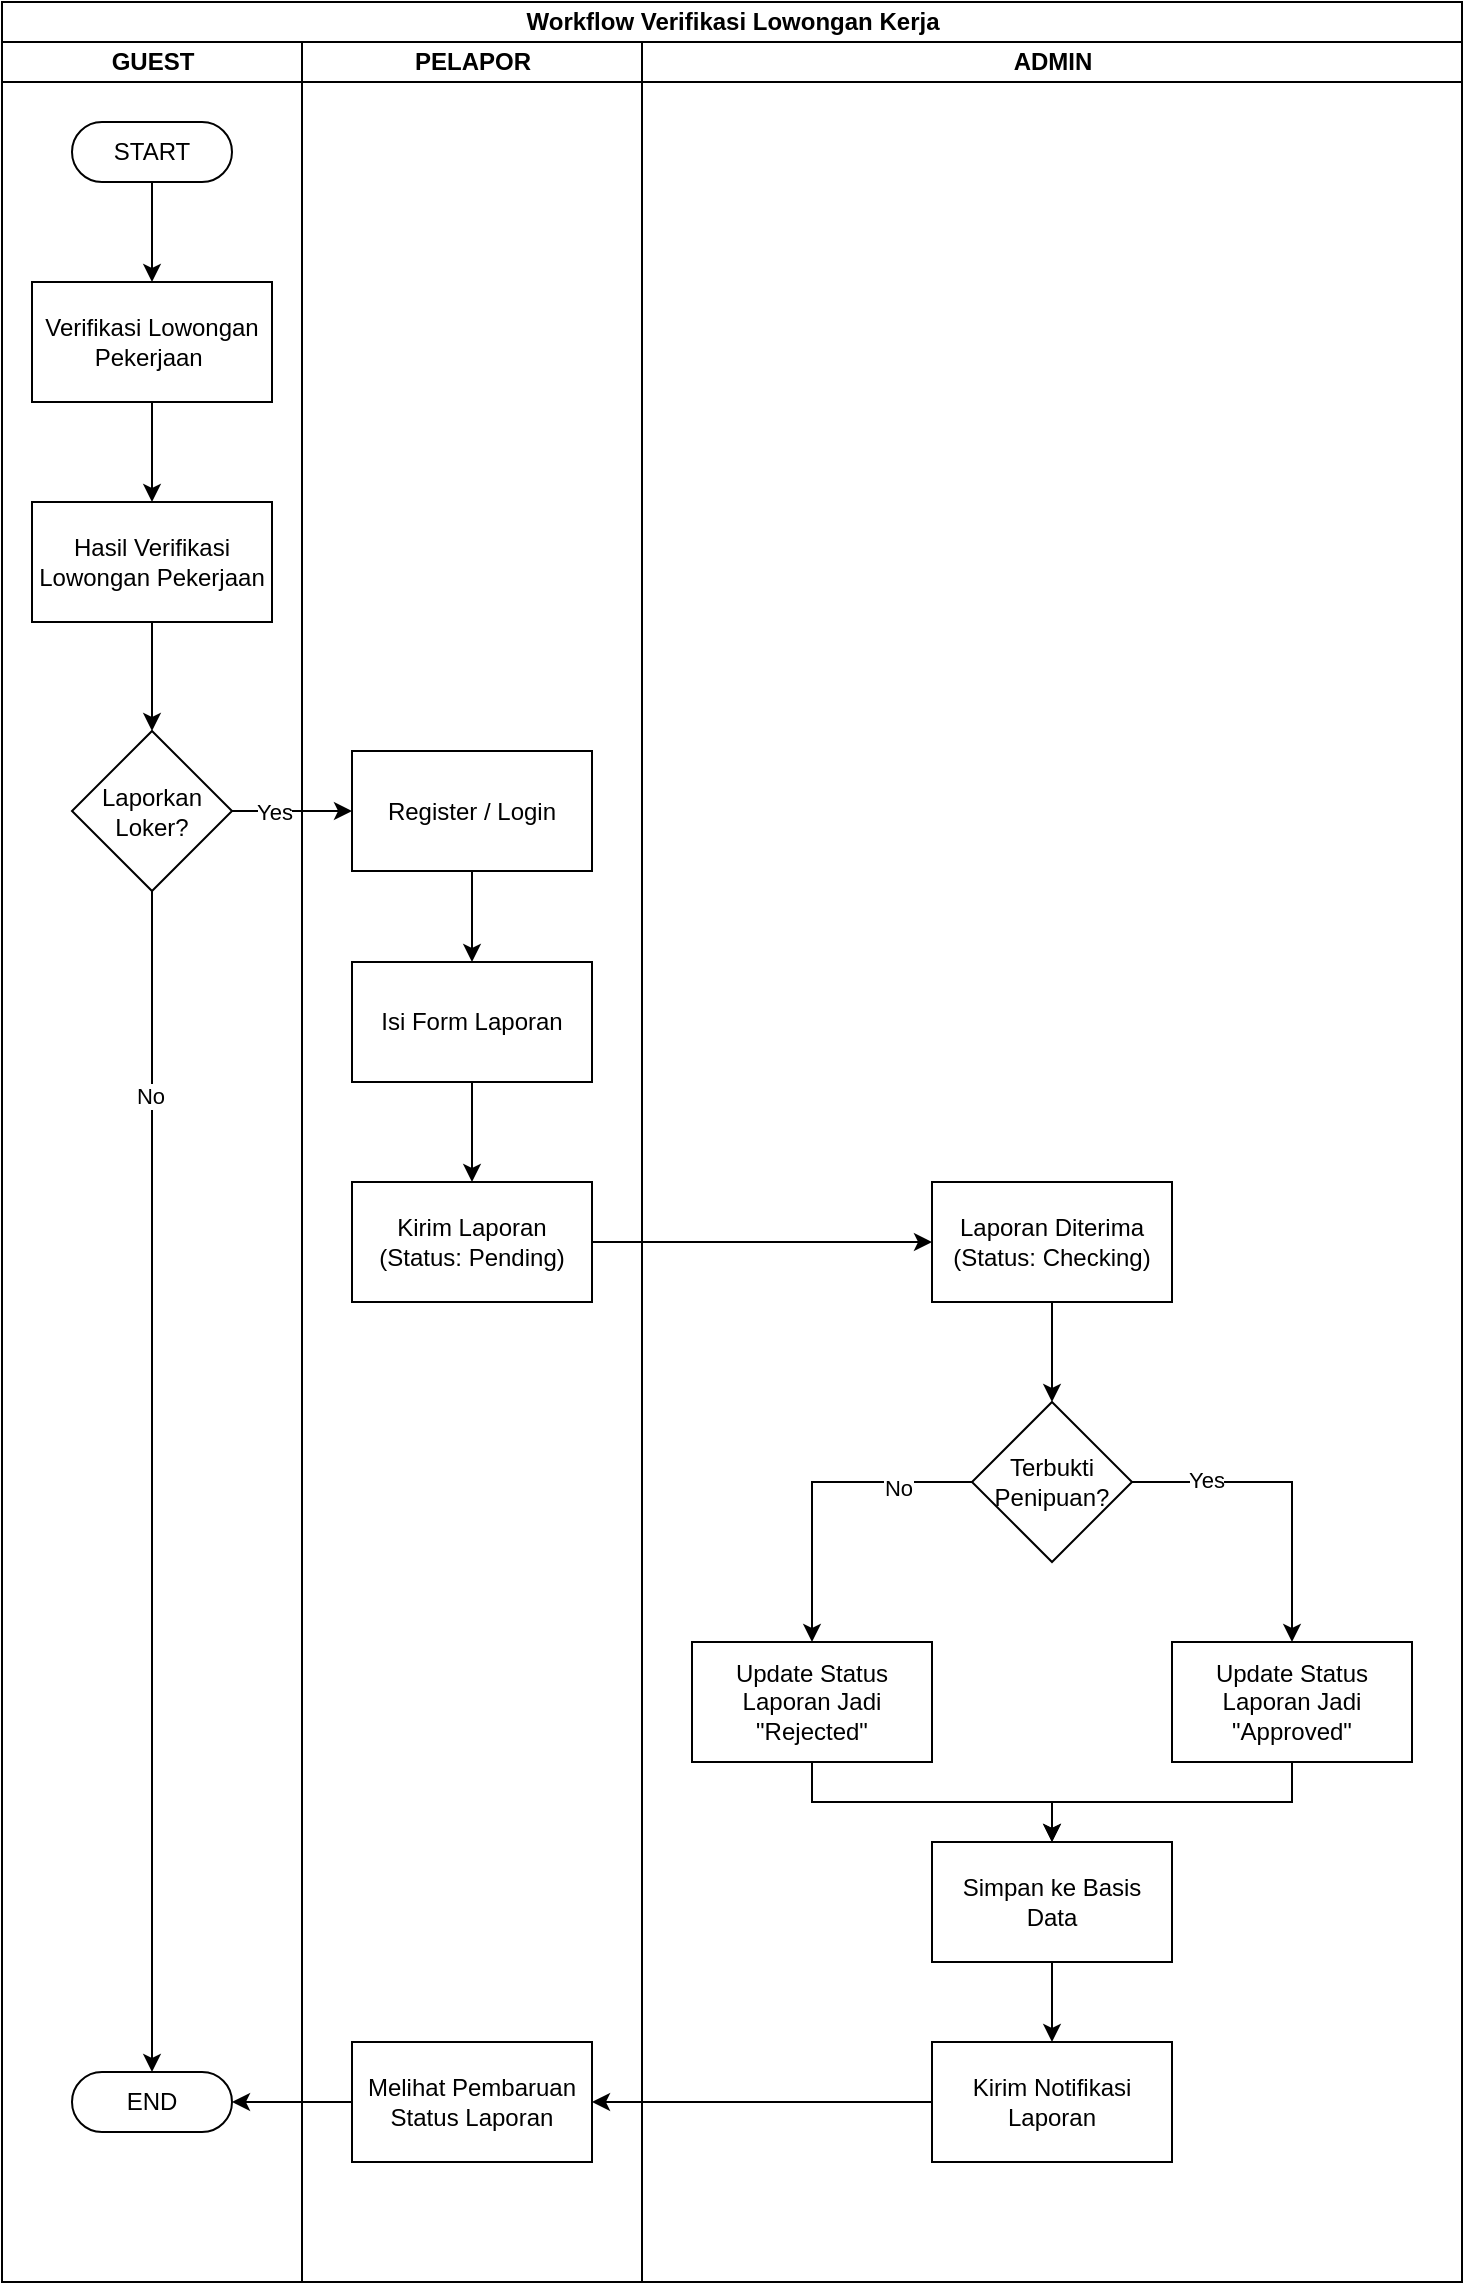
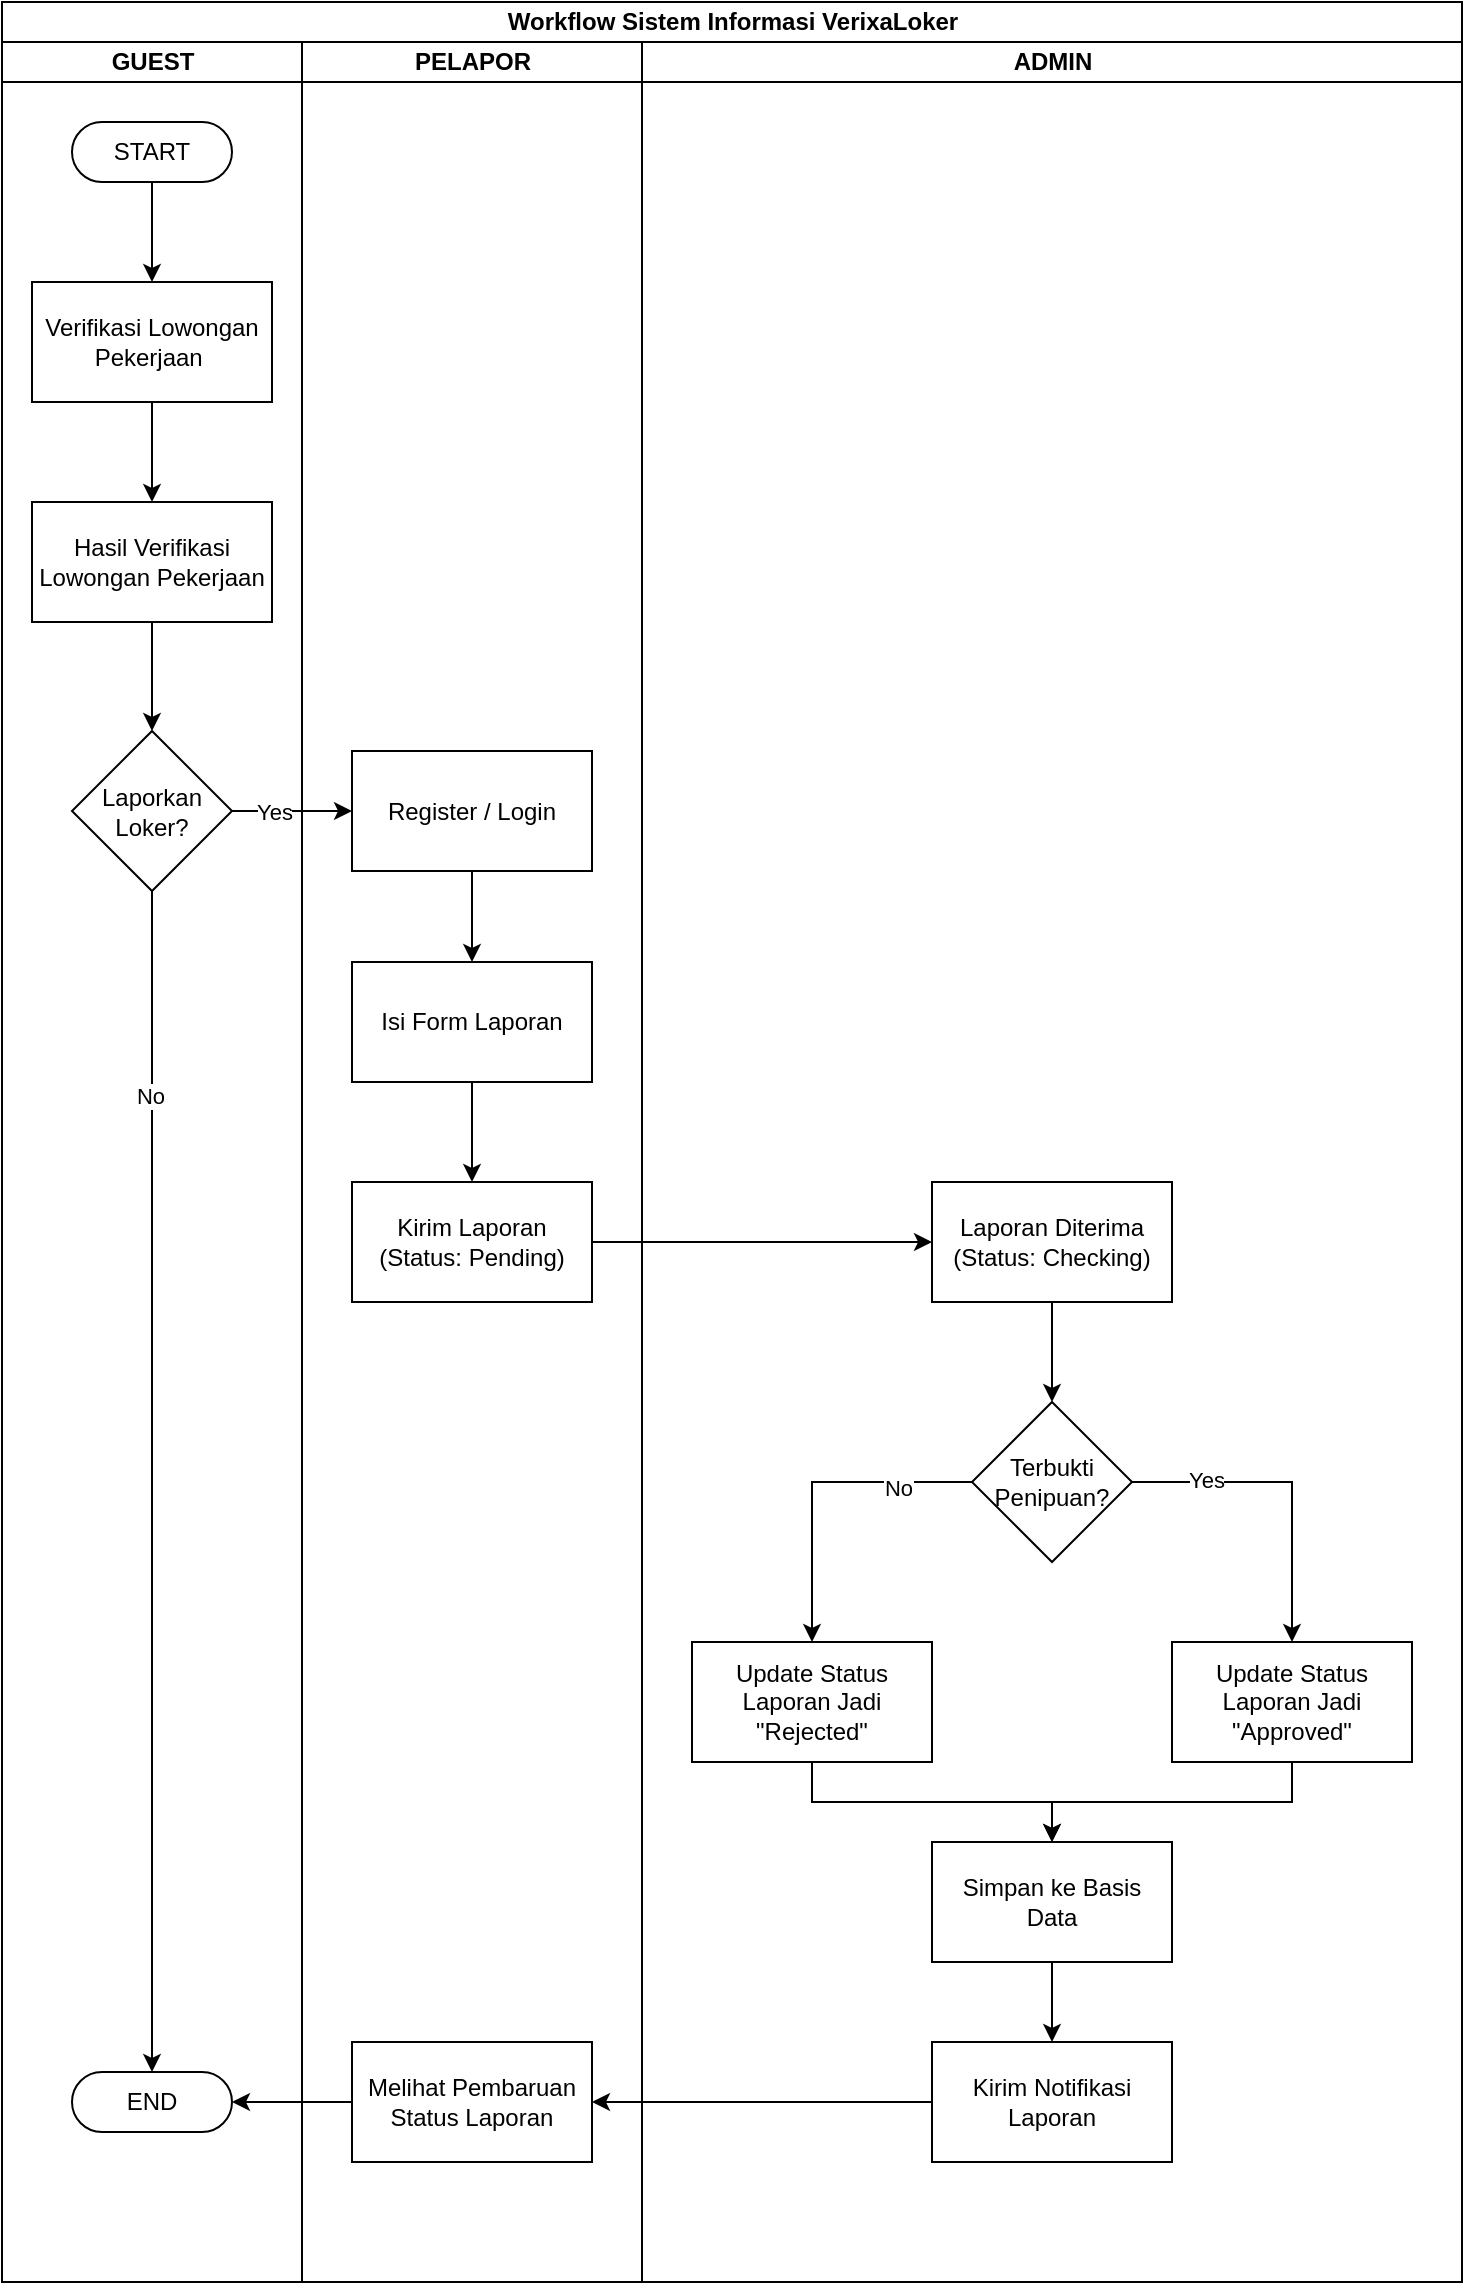
<mxfile host="app.diagrams.net">
  <diagram name="Page-1" id="AH_DpkCW8G2NKo0yafp_">
-     <mxGraphModel dx="2054" dy="743" grid="1" gridSize="10" guides="1" tooltips="1" connect="1" arrows="1" fold="1" page="1" pageScale="1" pageWidth="827" pageHeight="1169" math="0" shadow="0">
+     <mxGraphModel dx="1071" dy="584" grid="1" gridSize="10" guides="1" tooltips="1" connect="1" arrows="1" fold="1" page="1" pageScale="1" pageWidth="827" pageHeight="1169" math="0" shadow="0">
      <root>
        <mxCell id="0" />
        <mxCell id="1" parent="0" />
-         <mxCell id="tpk4NFvTETpMxjlwoaVb-1" parent="1" style="swimlane;childLayout=stackLayout;resizeParent=1;resizeParentMax=0;startSize=20;html=1;" value="Workflow Verifikasi Lowongan Kerja" vertex="1">
+         <mxCell id="tpk4NFvTETpMxjlwoaVb-1" parent="1" style="swimlane;childLayout=stackLayout;resizeParent=1;resizeParentMax=0;startSize=20;html=1;" value="Workflow&amp;nbsp;Sistem Informasi VerixaLoker" vertex="1">
          <mxGeometry height="1140" width="729.9999999999995" x="230.00000000000045" y="140" as="geometry" />
        </mxCell>
        <mxCell id="tpk4NFvTETpMxjlwoaVb-2" parent="tpk4NFvTETpMxjlwoaVb-1" style="swimlane;startSize=20;html=1;" value="GUEST" vertex="1">
          <mxGeometry height="1120" width="149.99999999999955" y="20" as="geometry" />
        </mxCell>
        <mxCell id="tpk4NFvTETpMxjlwoaVb-20" edge="1" parent="tpk4NFvTETpMxjlwoaVb-2" source="tpk4NFvTETpMxjlwoaVb-9" style="edgeStyle=orthogonalEdgeStyle;rounded=0;orthogonalLoop=1;jettySize=auto;html=1;" target="tpk4NFvTETpMxjlwoaVb-11" value="">
          <mxGeometry relative="1" as="geometry" />
        </mxCell>
        <mxCell id="tpk4NFvTETpMxjlwoaVb-9" parent="tpk4NFvTETpMxjlwoaVb-2" style="html=1;dashed=0;whiteSpace=wrap;shape=mxgraph.dfd.start" value="START" vertex="1">
          <mxGeometry height="30" width="80" x="34.999999999999545" y="40" as="geometry" />
        </mxCell>
        <mxCell id="tpk4NFvTETpMxjlwoaVb-21" edge="1" parent="tpk4NFvTETpMxjlwoaVb-2" source="tpk4NFvTETpMxjlwoaVb-11" style="edgeStyle=orthogonalEdgeStyle;rounded=0;orthogonalLoop=1;jettySize=auto;html=1;" target="tpk4NFvTETpMxjlwoaVb-13" value="">
          <mxGeometry relative="1" as="geometry" />
        </mxCell>
        <mxCell id="tpk4NFvTETpMxjlwoaVb-11" parent="tpk4NFvTETpMxjlwoaVb-2" style="rounded=0;whiteSpace=wrap;html=1;" value="Verifikasi Lowongan Pekerjaan&amp;nbsp;" vertex="1">
          <mxGeometry height="60" width="120" x="14.999999999999545" y="120" as="geometry" />
        </mxCell>
        <mxCell id="tpk4NFvTETpMxjlwoaVb-22" edge="1" parent="tpk4NFvTETpMxjlwoaVb-2" source="tpk4NFvTETpMxjlwoaVb-13" style="edgeStyle=orthogonalEdgeStyle;rounded=0;orthogonalLoop=1;jettySize=auto;html=1;" target="tpk4NFvTETpMxjlwoaVb-14" value="">
          <mxGeometry relative="1" as="geometry" />
        </mxCell>
        <mxCell id="tpk4NFvTETpMxjlwoaVb-13" parent="tpk4NFvTETpMxjlwoaVb-2" style="rounded=0;whiteSpace=wrap;html=1;" value="Hasil Verifikasi Lowongan Pekerjaan" vertex="1">
          <mxGeometry height="60" width="120" x="14.999999999999545" y="230" as="geometry" />
        </mxCell>
        <mxCell id="tpk4NFvTETpMxjlwoaVb-14" parent="tpk4NFvTETpMxjlwoaVb-2" style="rhombus;whiteSpace=wrap;html=1;" value="Laporkan Loker?" vertex="1">
          <mxGeometry height="80" width="80" x="34.999999999999545" y="344.5" as="geometry" />
        </mxCell>
        <mxCell id="tpk4NFvTETpMxjlwoaVb-25" parent="tpk4NFvTETpMxjlwoaVb-2" style="html=1;dashed=0;whiteSpace=wrap;shape=mxgraph.dfd.start" value="END" vertex="1">
          <mxGeometry height="30" width="80" x="34.999999999999545" y="1015" as="geometry" />
        </mxCell>
        <mxCell id="tpk4NFvTETpMxjlwoaVb-26" edge="1" parent="tpk4NFvTETpMxjlwoaVb-2" source="tpk4NFvTETpMxjlwoaVb-14" style="edgeStyle=orthogonalEdgeStyle;rounded=0;orthogonalLoop=1;jettySize=auto;html=1;exitX=0.5;exitY=1;exitDx=0;exitDy=0;entryX=0.5;entryY=0.5;entryDx=0;entryDy=-15;entryPerimeter=0;" target="tpk4NFvTETpMxjlwoaVb-25">
          <mxGeometry relative="1" as="geometry" />
        </mxCell>
        <mxCell id="tpk4NFvTETpMxjlwoaVb-33" connectable="0" parent="tpk4NFvTETpMxjlwoaVb-26" style="edgeLabel;html=1;align=center;verticalAlign=middle;resizable=0;points=[];" value="No" vertex="1">
          <mxGeometry relative="1" x="-0.6556" y="-1" as="geometry">
            <mxPoint y="1" as="offset" />
          </mxGeometry>
        </mxCell>
        <mxCell id="tpk4NFvTETpMxjlwoaVb-3" parent="tpk4NFvTETpMxjlwoaVb-1" style="swimlane;startSize=20;html=1;" value="PELAPOR" vertex="1">
          <mxGeometry height="1120" width="170" x="149.99999999999955" y="20" as="geometry" />
        </mxCell>
        <mxCell id="tpk4NFvTETpMxjlwoaVb-27" edge="1" parent="tpk4NFvTETpMxjlwoaVb-3" source="tpk4NFvTETpMxjlwoaVb-17" style="edgeStyle=orthogonalEdgeStyle;rounded=0;orthogonalLoop=1;jettySize=auto;html=1;" target="tpk4NFvTETpMxjlwoaVb-24" value="">
          <mxGeometry relative="1" as="geometry" />
        </mxCell>
        <mxCell id="tpk4NFvTETpMxjlwoaVb-17" parent="tpk4NFvTETpMxjlwoaVb-3" style="rounded=0;whiteSpace=wrap;html=1;" value="Register / Login" vertex="1">
          <mxGeometry height="60" width="120" x="25" y="354.5" as="geometry" />
        </mxCell>
        <mxCell id="tpk4NFvTETpMxjlwoaVb-29" edge="1" parent="tpk4NFvTETpMxjlwoaVb-3" source="tpk4NFvTETpMxjlwoaVb-24" style="edgeStyle=orthogonalEdgeStyle;rounded=0;orthogonalLoop=1;jettySize=auto;html=1;" target="tpk4NFvTETpMxjlwoaVb-28" value="">
          <mxGeometry relative="1" as="geometry" />
        </mxCell>
        <mxCell id="tpk4NFvTETpMxjlwoaVb-24" parent="tpk4NFvTETpMxjlwoaVb-3" style="rounded=0;whiteSpace=wrap;html=1;" value="Isi Form Laporan" vertex="1">
          <mxGeometry height="60" width="120" x="25" y="460" as="geometry" />
        </mxCell>
        <mxCell id="tpk4NFvTETpMxjlwoaVb-28" parent="tpk4NFvTETpMxjlwoaVb-3" style="rounded=0;whiteSpace=wrap;html=1;" value="Kirim Laporan (Status: Pending)" vertex="1">
          <mxGeometry height="60" width="120" x="25" y="570" as="geometry" />
        </mxCell>
        <mxCell id="tpk4NFvTETpMxjlwoaVb-46" parent="tpk4NFvTETpMxjlwoaVb-3" style="rounded=0;whiteSpace=wrap;html=1;" value="Melihat Pembaruan Status Laporan" vertex="1">
          <mxGeometry height="60" width="120" x="25" y="1000" as="geometry" />
        </mxCell>
        <mxCell id="tpk4NFvTETpMxjlwoaVb-18" edge="1" parent="tpk4NFvTETpMxjlwoaVb-1" source="tpk4NFvTETpMxjlwoaVb-14" style="edgeStyle=orthogonalEdgeStyle;rounded=0;orthogonalLoop=1;jettySize=auto;html=1;exitX=1;exitY=0.5;exitDx=0;exitDy=0;entryX=0;entryY=0.5;entryDx=0;entryDy=0;" target="tpk4NFvTETpMxjlwoaVb-17">
          <mxGeometry relative="1" as="geometry" />
        </mxCell>
        <mxCell id="tpk4NFvTETpMxjlwoaVb-19" connectable="0" parent="tpk4NFvTETpMxjlwoaVb-18" style="edgeLabel;html=1;align=center;verticalAlign=middle;resizable=0;points=[];" value="Yes" vertex="1">
          <mxGeometry relative="1" x="-0.3167" as="geometry">
            <mxPoint as="offset" />
          </mxGeometry>
        </mxCell>
        <mxCell id="tpk4NFvTETpMxjlwoaVb-4" parent="tpk4NFvTETpMxjlwoaVb-1" style="swimlane;startSize=20;html=1;" value="ADMIN" vertex="1">
          <mxGeometry height="1120" width="410" x="319.99999999999955" y="20" as="geometry" />
        </mxCell>
        <mxCell id="tpk4NFvTETpMxjlwoaVb-34" edge="1" parent="tpk4NFvTETpMxjlwoaVb-4" source="tpk4NFvTETpMxjlwoaVb-30" style="edgeStyle=orthogonalEdgeStyle;rounded=0;orthogonalLoop=1;jettySize=auto;html=1;" target="tpk4NFvTETpMxjlwoaVb-32" value="">
          <mxGeometry relative="1" as="geometry" />
        </mxCell>
        <mxCell id="tpk4NFvTETpMxjlwoaVb-30" parent="tpk4NFvTETpMxjlwoaVb-4" style="rounded=0;whiteSpace=wrap;html=1;" value="Laporan Diterima (Status: Checking)" vertex="1">
          <mxGeometry height="60" width="120" x="145" y="570" as="geometry" />
        </mxCell>
        <mxCell id="tpk4NFvTETpMxjlwoaVb-37" edge="1" parent="tpk4NFvTETpMxjlwoaVb-4" source="tpk4NFvTETpMxjlwoaVb-32" style="edgeStyle=orthogonalEdgeStyle;rounded=0;orthogonalLoop=1;jettySize=auto;html=1;exitX=1;exitY=0.5;exitDx=0;exitDy=0;entryX=0.5;entryY=0;entryDx=0;entryDy=0;" target="tpk4NFvTETpMxjlwoaVb-35">
          <mxGeometry relative="1" as="geometry" />
        </mxCell>
        <mxCell id="tpk4NFvTETpMxjlwoaVb-39" connectable="0" parent="tpk4NFvTETpMxjlwoaVb-37" style="edgeLabel;html=1;align=center;verticalAlign=middle;resizable=0;points=[];" value="Yes" vertex="1">
          <mxGeometry relative="1" x="-0.5375" y="1" as="geometry">
            <mxPoint as="offset" />
          </mxGeometry>
        </mxCell>
        <mxCell id="tpk4NFvTETpMxjlwoaVb-38" edge="1" parent="tpk4NFvTETpMxjlwoaVb-4" source="tpk4NFvTETpMxjlwoaVb-32" style="edgeStyle=orthogonalEdgeStyle;rounded=0;orthogonalLoop=1;jettySize=auto;html=1;exitX=0;exitY=0.5;exitDx=0;exitDy=0;entryX=0.5;entryY=0;entryDx=0;entryDy=0;" target="tpk4NFvTETpMxjlwoaVb-36">
          <mxGeometry relative="1" as="geometry" />
        </mxCell>
        <mxCell id="tpk4NFvTETpMxjlwoaVb-40" connectable="0" parent="tpk4NFvTETpMxjlwoaVb-38" style="edgeLabel;html=1;align=center;verticalAlign=middle;resizable=0;points=[];" value="No" vertex="1">
          <mxGeometry relative="1" x="-0.5375" y="3" as="geometry">
            <mxPoint as="offset" />
          </mxGeometry>
        </mxCell>
        <mxCell id="tpk4NFvTETpMxjlwoaVb-32" parent="tpk4NFvTETpMxjlwoaVb-4" style="rhombus;whiteSpace=wrap;html=1;" value="Terbukti Penipuan?" vertex="1">
          <mxGeometry height="80" width="80" x="165" y="680" as="geometry" />
        </mxCell>
        <mxCell id="tpk4NFvTETpMxjlwoaVb-42" edge="1" parent="tpk4NFvTETpMxjlwoaVb-4" source="tpk4NFvTETpMxjlwoaVb-35" style="edgeStyle=orthogonalEdgeStyle;rounded=0;orthogonalLoop=1;jettySize=auto;html=1;exitX=0.5;exitY=1;exitDx=0;exitDy=0;entryX=0.5;entryY=0;entryDx=0;entryDy=0;" target="tpk4NFvTETpMxjlwoaVb-41">
          <mxGeometry relative="1" as="geometry" />
        </mxCell>
        <mxCell id="tpk4NFvTETpMxjlwoaVb-35" parent="tpk4NFvTETpMxjlwoaVb-4" style="rounded=0;whiteSpace=wrap;html=1;" value="Update Status Laporan Jadi &quot;Approved&quot;" vertex="1">
          <mxGeometry height="60" width="120" x="265" y="800" as="geometry" />
        </mxCell>
        <mxCell id="tpk4NFvTETpMxjlwoaVb-43" edge="1" parent="tpk4NFvTETpMxjlwoaVb-4" source="tpk4NFvTETpMxjlwoaVb-36" style="edgeStyle=orthogonalEdgeStyle;rounded=0;orthogonalLoop=1;jettySize=auto;html=1;exitX=0.5;exitY=1;exitDx=0;exitDy=0;entryX=0.5;entryY=0;entryDx=0;entryDy=0;" target="tpk4NFvTETpMxjlwoaVb-41">
          <mxGeometry relative="1" as="geometry" />
        </mxCell>
        <mxCell id="tpk4NFvTETpMxjlwoaVb-36" parent="tpk4NFvTETpMxjlwoaVb-4" style="rounded=0;whiteSpace=wrap;html=1;" value="Update Status Laporan Jadi &quot;Rejected&quot;" vertex="1">
          <mxGeometry height="60" width="120" x="25" y="800" as="geometry" />
        </mxCell>
        <mxCell id="tpk4NFvTETpMxjlwoaVb-45" edge="1" parent="tpk4NFvTETpMxjlwoaVb-4" source="tpk4NFvTETpMxjlwoaVb-41" style="edgeStyle=orthogonalEdgeStyle;rounded=0;orthogonalLoop=1;jettySize=auto;html=1;" target="tpk4NFvTETpMxjlwoaVb-44" value="">
          <mxGeometry relative="1" as="geometry" />
        </mxCell>
        <mxCell id="tpk4NFvTETpMxjlwoaVb-41" parent="tpk4NFvTETpMxjlwoaVb-4" style="rounded=0;whiteSpace=wrap;html=1;" value="Simpan ke Basis Data" vertex="1">
          <mxGeometry height="60" width="120" x="145" y="900" as="geometry" />
        </mxCell>
        <mxCell id="tpk4NFvTETpMxjlwoaVb-44" parent="tpk4NFvTETpMxjlwoaVb-4" style="rounded=0;whiteSpace=wrap;html=1;" value="Kirim Notifikasi Laporan" vertex="1">
          <mxGeometry height="60" width="120" x="145" y="1000" as="geometry" />
        </mxCell>
        <mxCell id="tpk4NFvTETpMxjlwoaVb-31" edge="1" parent="tpk4NFvTETpMxjlwoaVb-1" source="tpk4NFvTETpMxjlwoaVb-28" style="edgeStyle=orthogonalEdgeStyle;rounded=0;orthogonalLoop=1;jettySize=auto;html=1;exitX=1;exitY=0.5;exitDx=0;exitDy=0;entryX=0;entryY=0.5;entryDx=0;entryDy=0;" target="tpk4NFvTETpMxjlwoaVb-30">
          <mxGeometry relative="1" as="geometry" />
        </mxCell>
        <mxCell id="tpk4NFvTETpMxjlwoaVb-47" edge="1" parent="tpk4NFvTETpMxjlwoaVb-1" source="tpk4NFvTETpMxjlwoaVb-44" style="edgeStyle=orthogonalEdgeStyle;rounded=0;orthogonalLoop=1;jettySize=auto;html=1;exitX=0;exitY=0.5;exitDx=0;exitDy=0;entryX=1;entryY=0.5;entryDx=0;entryDy=0;" target="tpk4NFvTETpMxjlwoaVb-46">
          <mxGeometry relative="1" as="geometry" />
        </mxCell>
        <mxCell id="tpk4NFvTETpMxjlwoaVb-48" edge="1" parent="tpk4NFvTETpMxjlwoaVb-1" source="tpk4NFvTETpMxjlwoaVb-46" style="edgeStyle=orthogonalEdgeStyle;rounded=0;orthogonalLoop=1;jettySize=auto;html=1;exitX=0;exitY=0.5;exitDx=0;exitDy=0;entryX=1;entryY=0.5;entryDx=0;entryDy=0;entryPerimeter=0;" target="tpk4NFvTETpMxjlwoaVb-25">
          <mxGeometry relative="1" as="geometry" />
        </mxCell>
      </root>
    </mxGraphModel>
  </diagram>
</mxfile>
